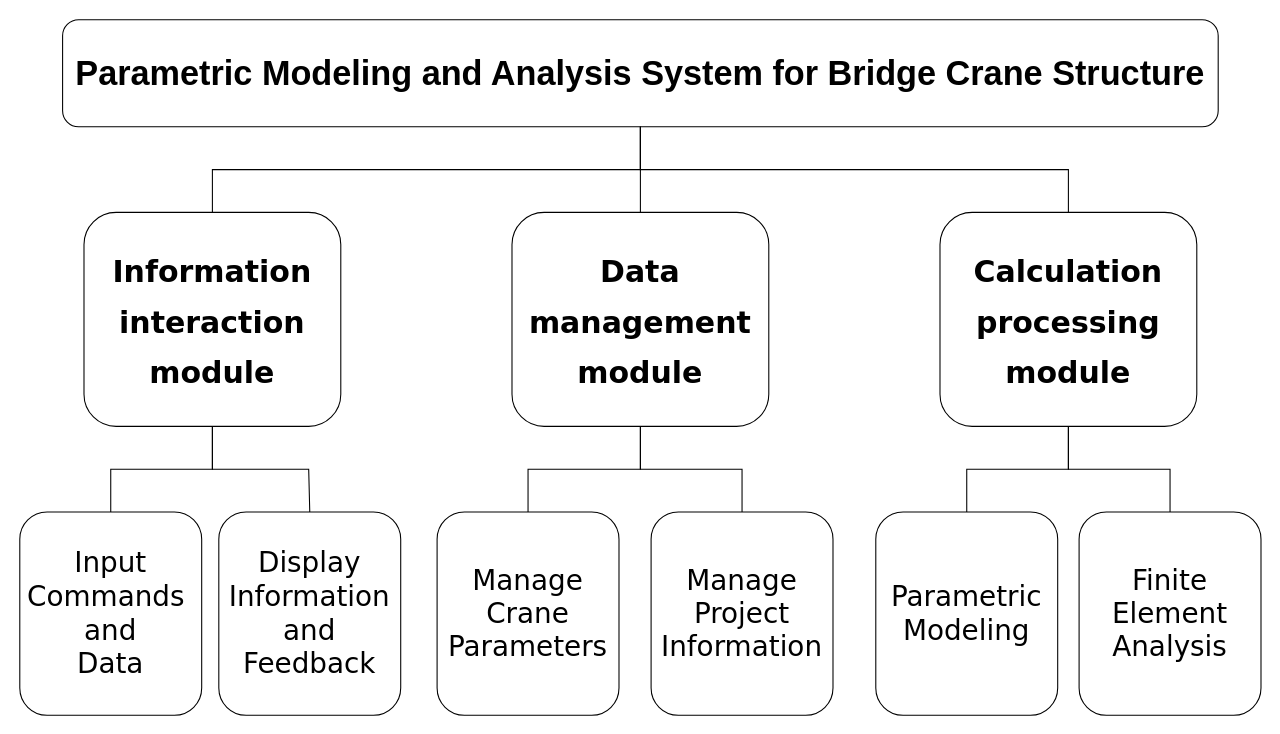
Before: page "第 1 页" (1 of 3) of Graduation Design.drawio in Destiny-LB/draw.io, a draw.io diagram. Source tidied: cells renumbered, new cells numbered last; positions are measured from the earlier drawing's top-left corner, leaving out a move shared by most shapes. Both pictures are drawn from the tidied source at 107%, with x=0, y=0 at pixel (19, 19).
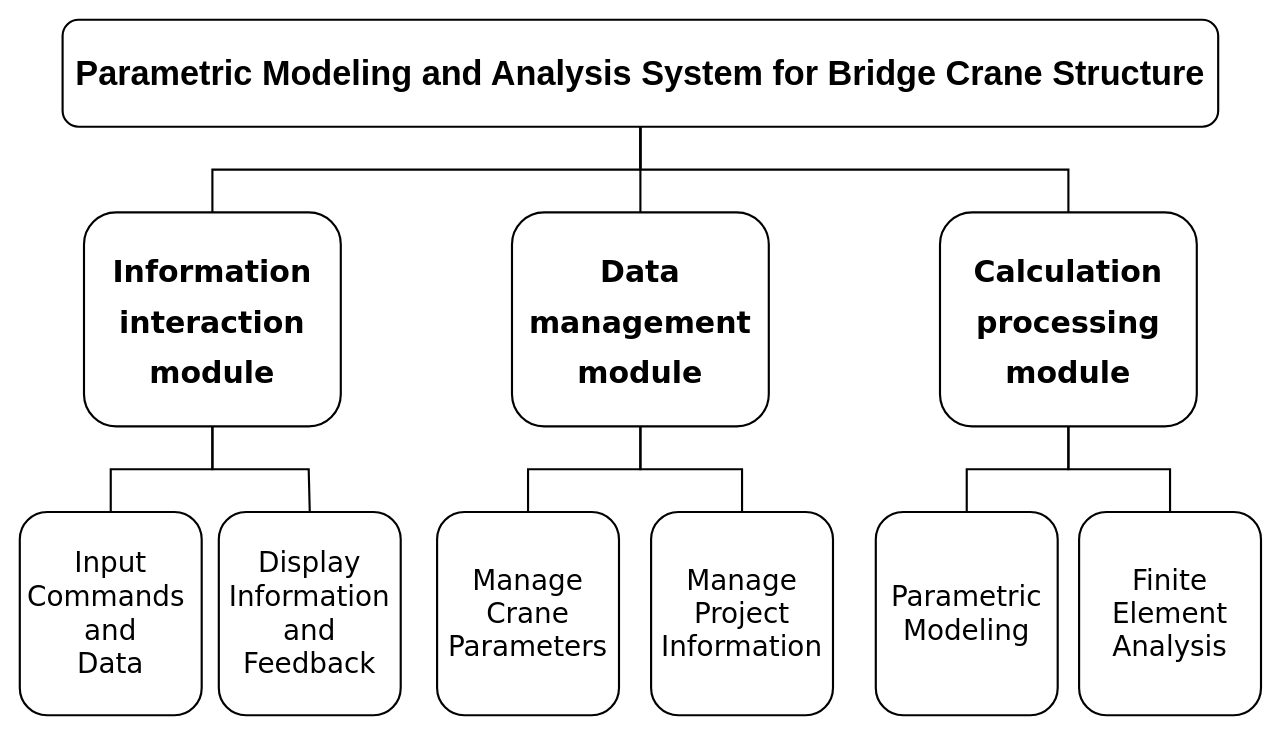
The same diagram, later.

Diff of the diagram source:
```diff
@@
-    <mxCell id="2" value="&lt;h1&gt;&lt;font style=&quot;font-size: 32px;&quot;&gt;Parametric Modeling and Analysis System for Bridge Crane Structure&lt;/font&gt;&lt;/h1&gt;" style="rounded=1;whiteSpace=wrap;html=1;labelBackgroundColor=none;" parent="1" vertex="1">
+    <mxCell id="2" value="&lt;h1&gt;&lt;font style=&quot;font-size: 32px;&quot;&gt;Parametric Modeling and Analysis System for Bridge Crane Structure&lt;/font&gt;&lt;/h1&gt;" style="rounded=1;whiteSpace=wrap;html=1;labelBackgroundColor=none;strokeWidth=2;" parent="1" vertex="1">
       <mxGeometry x="40" width="1080" height="100" as="geometry" />
     </mxCell>
-    <mxCell id="3" value="&lt;h2&gt;&lt;font style=&quot;font-size: 28px;&quot;&gt;Information interaction module&lt;/font&gt;&lt;/h2&gt;" style="rounded=1;whiteSpace=wrap;html=1;fontFamily=Verdana;fontSize=26;labelBackgroundColor=none;" parent="1" vertex="1">
+    <mxCell id="3" value="&lt;h2&gt;&lt;font style=&quot;font-size: 28px;&quot;&gt;Information interaction module&lt;/font&gt;&lt;/h2&gt;" style="rounded=1;whiteSpace=wrap;html=1;fontFamily=Verdana;fontSize=26;labelBackgroundColor=none;strokeWidth=2;" parent="1" vertex="1">
       <mxGeometry x="60" y="180" width="240" height="200" as="geometry" />
     </mxCell>
-    <mxCell id="4" value="&lt;h2&gt;&lt;font style=&quot;font-size: 28px;&quot;&gt;Data management module&lt;/font&gt;&lt;/h2&gt;" style="rounded=1;whiteSpace=wrap;html=1;fontFamily=Verdana;fontSize=26;labelBackgroundColor=none;" parent="1" vertex="1">
+    <mxCell id="4" value="&lt;h2&gt;&lt;font style=&quot;font-size: 28px;&quot;&gt;Data management module&lt;/font&gt;&lt;/h2&gt;" style="rounded=1;whiteSpace=wrap;html=1;fontFamily=Verdana;fontSize=26;labelBackgroundColor=none;strokeWidth=2;" parent="1" vertex="1">
       <mxGeometry x="460" y="180" width="240" height="200" as="geometry" />
     </mxCell>
-    <mxCell id="5" value="&lt;h2&gt;&lt;font style=&quot;font-size: 28px;&quot;&gt;Calculation processing module&lt;/font&gt;&lt;/h2&gt;" style="rounded=1;whiteSpace=wrap;html=1;fontFamily=Verdana;fontSize=26;labelBackgroundColor=none;" parent="1" vertex="1">
+    <mxCell id="5" value="&lt;h2&gt;&lt;font style=&quot;font-size: 28px;&quot;&gt;Calculation processing module&lt;/font&gt;&lt;/h2&gt;" style="rounded=1;whiteSpace=wrap;html=1;fontFamily=Verdana;fontSize=26;labelBackgroundColor=none;strokeWidth=2;" parent="1" vertex="1">
       <mxGeometry x="860" y="180" width="240" height="200" as="geometry" />
     </mxCell>
-    <mxCell id="6" value="&lt;p&gt;&lt;font style=&quot;font-size: 26px;&quot;&gt;Input Commands&amp;nbsp; &amp;nbsp; &amp;nbsp;and&amp;nbsp; &amp;nbsp; Data&lt;/font&gt;&lt;/p&gt;" style="rounded=1;whiteSpace=wrap;html=1;fontFamily=Verdana;fontSize=26;labelBackgroundColor=none;" parent="1" vertex="1">
+    <mxCell id="6" value="&lt;p&gt;&lt;font style=&quot;font-size: 26px;&quot;&gt;Input Commands&amp;nbsp; &amp;nbsp; &amp;nbsp;and&amp;nbsp; &amp;nbsp; Data&lt;/font&gt;&lt;/p&gt;" style="rounded=1;whiteSpace=wrap;html=1;fontFamily=Verdana;fontSize=26;labelBackgroundColor=none;strokeWidth=2;" parent="1" vertex="1">
       <mxGeometry y="460" width="170" height="190" as="geometry" />
     </mxCell>
-    <mxCell id="7" value="&lt;p&gt;&lt;font style=&quot;font-size: 26px;&quot;&gt;Display Information and Feedback&lt;/font&gt;&lt;/p&gt;" style="rounded=1;whiteSpace=wrap;html=1;fontFamily=Verdana;fontSize=26;labelBackgroundColor=none;" parent="1" vertex="1">
+    <mxCell id="7" value="&lt;p&gt;&lt;font style=&quot;font-size: 26px;&quot;&gt;Display Information and Feedback&lt;/font&gt;&lt;/p&gt;" style="rounded=1;whiteSpace=wrap;html=1;fontFamily=Verdana;fontSize=26;labelBackgroundColor=none;strokeWidth=2;" parent="1" vertex="1">
       <mxGeometry x="186" y="460" width="170" height="190" as="geometry" />
     </mxCell>
-    <mxCell id="8" value="&lt;p&gt;&lt;font style=&quot;font-size: 26px;&quot;&gt;Manage Project Information&lt;/font&gt;&lt;/p&gt;" style="rounded=1;whiteSpace=wrap;html=1;fontFamily=Verdana;fontSize=26;labelBackgroundColor=none;" parent="1" vertex="1">
+    <mxCell id="8" value="&lt;p&gt;&lt;font style=&quot;font-size: 26px;&quot;&gt;Manage Project Information&lt;/font&gt;&lt;/p&gt;" style="rounded=1;whiteSpace=wrap;html=1;fontFamily=Verdana;fontSize=26;labelBackgroundColor=none;strokeWidth=2;" parent="1" vertex="1">
       <mxGeometry x="590" y="460" width="170" height="190" as="geometry" />
     </mxCell>
-    <mxCell id="9" value="&lt;p&gt;Manage Crane Parameters&lt;br&gt;&lt;/p&gt;" style="rounded=1;whiteSpace=wrap;html=1;fontFamily=Verdana;fontSize=26;labelBackgroundColor=none;" parent="1" vertex="1">
+    <mxCell id="9" value="&lt;p&gt;Manage Crane Parameters&lt;br&gt;&lt;/p&gt;" style="rounded=1;whiteSpace=wrap;html=1;fontFamily=Verdana;fontSize=26;labelBackgroundColor=none;strokeWidth=2;" parent="1" vertex="1">
       <mxGeometry x="390" y="460" width="170" height="190" as="geometry" />
     </mxCell>
-    <mxCell id="10" value="&lt;p&gt;Parametric Modeling&lt;br&gt;&lt;/p&gt;" style="rounded=1;whiteSpace=wrap;html=1;fontFamily=Verdana;fontSize=26;labelBackgroundColor=none;" parent="1" vertex="1">
+    <mxCell id="10" value="&lt;p&gt;Parametric Modeling&lt;br&gt;&lt;/p&gt;" style="rounded=1;whiteSpace=wrap;html=1;fontFamily=Verdana;fontSize=26;labelBackgroundColor=none;strokeWidth=2;" parent="1" vertex="1">
       <mxGeometry x="800" y="460" width="170" height="190" as="geometry" />
     </mxCell>
-    <mxCell id="11" value="&lt;p&gt;Finite Element Analysis&lt;br&gt;&lt;/p&gt;" style="rounded=1;whiteSpace=wrap;html=1;fontFamily=Verdana;fontSize=26;labelBackgroundColor=none;" parent="1" vertex="1">
+    <mxCell id="11" value="&lt;p&gt;Finite Element Analysis&lt;br&gt;&lt;/p&gt;" style="rounded=1;whiteSpace=wrap;html=1;fontFamily=Verdana;fontSize=26;labelBackgroundColor=none;strokeWidth=2;" parent="1" vertex="1">
       <mxGeometry x="990" y="460" width="170" height="190" as="geometry" />
     </mxCell>
-    <mxCell id="12" style="endArrow=none;html=1;rounded=0;fontFamily=Helvetica;fontSize=28;entryX=0.5;entryY=1;entryDx=0;entryDy=0;exitX=0.5;exitY=0;exitDx=0;exitDy=0;labelBackgroundColor=none;fontColor=default;" parent="1" edge="1" source="7" target="3">
+    <mxCell id="12" style="endArrow=none;html=1;rounded=0;fontFamily=Helvetica;fontSize=28;entryX=0.5;entryY=1;entryDx=0;entryDy=0;exitX=0.5;exitY=0;exitDx=0;exitDy=0;labelBackgroundColor=none;fontColor=default;strokeWidth=2;" parent="1" edge="1" source="7" target="3">
       <mxGeometry relative="1" as="geometry">
         <Array as="points">
           <mxPoint x="270" y="420" />
           <mxPoint x="180" y="420" />
         </Array>
       </mxGeometry>
     </mxCell>
-    <mxCell id="13" style="endArrow=none;html=1;rounded=0;fontFamily=Helvetica;fontSize=28;entryX=0.5;entryY=1;entryDx=0;entryDy=0;labelBackgroundColor=none;fontColor=default;" parent="1" edge="1" source="4" target="2">
+    <mxCell id="13" style="endArrow=none;html=1;rounded=0;fontFamily=Helvetica;fontSize=28;entryX=0.5;entryY=1;entryDx=0;entryDy=0;labelBackgroundColor=none;fontColor=default;strokeWidth=2;" parent="1" edge="1" source="4" target="2">
       <mxGeometry relative="1" as="geometry" />
     </mxCell>
-    <mxCell id="14" style="endArrow=none;html=1;rounded=0;fontFamily=Helvetica;fontSize=28;entryX=0.5;entryY=1;entryDx=0;entryDy=0;exitX=0.5;exitY=0;exitDx=0;exitDy=0;labelBackgroundColor=none;fontColor=default;" parent="1" edge="1" source="5" target="2">
+    <mxCell id="14" style="endArrow=none;html=1;rounded=0;fontFamily=Helvetica;fontSize=28;entryX=0.5;entryY=1;entryDx=0;entryDy=0;exitX=0.5;exitY=0;exitDx=0;exitDy=0;labelBackgroundColor=none;fontColor=default;strokeWidth=2;" parent="1" edge="1" source="5" target="2">
       <mxGeometry relative="1" as="geometry">
         <Array as="points">
           <mxPoint x="980" y="140" />
           <mxPoint x="580" y="140" />
         </Array>
       </mxGeometry>
     </mxCell>
-    <mxCell id="15" style="endArrow=none;html=1;rounded=0;fontFamily=Helvetica;fontSize=28;entryX=0.5;entryY=1;entryDx=0;entryDy=0;exitX=0.5;exitY=0;exitDx=0;exitDy=0;labelBackgroundColor=none;fontColor=default;" parent="1" edge="1" source="3" target="2">
+    <mxCell id="15" style="endArrow=none;html=1;rounded=0;fontFamily=Helvetica;fontSize=28;entryX=0.5;entryY=1;entryDx=0;entryDy=0;exitX=0.5;exitY=0;exitDx=0;exitDy=0;labelBackgroundColor=none;fontColor=default;strokeWidth=2;" parent="1" edge="1" source="3" target="2">
       <mxGeometry relative="1" as="geometry">
         <Array as="points">
           <mxPoint x="180" y="140" />
           <mxPoint x="580" y="140" />
         </Array>
       </mxGeometry>
     </mxCell>
-    <mxCell id="16" style="endArrow=none;html=1;rounded=0;fontFamily=Helvetica;fontSize=28;entryX=0.5;entryY=1;entryDx=0;entryDy=0;exitX=0.5;exitY=0;exitDx=0;exitDy=0;labelBackgroundColor=none;fontColor=default;" parent="1" edge="1" source="9" target="4">
+    <mxCell id="16" style="endArrow=none;html=1;rounded=0;fontFamily=Helvetica;fontSize=28;entryX=0.5;entryY=1;entryDx=0;entryDy=0;exitX=0.5;exitY=0;exitDx=0;exitDy=0;labelBackgroundColor=none;fontColor=default;strokeWidth=2;" parent="1" edge="1" source="9" target="4">
       <mxGeometry relative="1" as="geometry">
         <Array as="points">
           <mxPoint x="475" y="420" />
           <mxPoint x="580" y="420" />
         </Array>
       </mxGeometry>
     </mxCell>
-    <mxCell id="17" style="endArrow=none;html=1;rounded=0;fontFamily=Helvetica;fontSize=28;entryX=0.5;entryY=1;entryDx=0;entryDy=0;exitX=0.5;exitY=0;exitDx=0;exitDy=0;labelBackgroundColor=none;fontColor=default;" parent="1" edge="1" source="8" target="4">
+    <mxCell id="17" style="endArrow=none;html=1;rounded=0;fontFamily=Helvetica;fontSize=28;entryX=0.5;entryY=1;entryDx=0;entryDy=0;exitX=0.5;exitY=0;exitDx=0;exitDy=0;labelBackgroundColor=none;fontColor=default;strokeWidth=2;" parent="1" edge="1" source="8" target="4">
       <mxGeometry relative="1" as="geometry">
         <Array as="points">
           <mxPoint x="675" y="420" />
           <mxPoint x="580" y="420" />
         </Array>
       </mxGeometry>
     </mxCell>
-    <mxCell id="18" style="endArrow=none;html=1;rounded=0;fontFamily=Helvetica;fontSize=28;entryX=0.5;entryY=1;entryDx=0;entryDy=0;exitX=0.5;exitY=0;exitDx=0;exitDy=0;labelBackgroundColor=none;fontColor=default;" parent="1" edge="1" source="10" target="5">
+    <mxCell id="18" style="endArrow=none;html=1;rounded=0;fontFamily=Helvetica;fontSize=28;entryX=0.5;entryY=1;entryDx=0;entryDy=0;exitX=0.5;exitY=0;exitDx=0;exitDy=0;labelBackgroundColor=none;fontColor=default;strokeWidth=2;" parent="1" edge="1" source="10" target="5">
       <mxGeometry relative="1" as="geometry">
         <Array as="points">
           <mxPoint x="885" y="420" />
           <mxPoint x="980" y="420" />
         </Array>
       </mxGeometry>
     </mxCell>
-    <mxCell id="19" style="endArrow=none;html=1;rounded=0;fontFamily=Helvetica;fontSize=28;entryX=0.5;entryY=1;entryDx=0;entryDy=0;exitX=0.5;exitY=0;exitDx=0;exitDy=0;labelBackgroundColor=none;fontColor=default;" parent="1" edge="1" source="11" target="5">
+    <mxCell id="19" style="endArrow=none;html=1;rounded=0;fontFamily=Helvetica;fontSize=28;entryX=0.5;entryY=1;entryDx=0;entryDy=0;exitX=0.5;exitY=0;exitDx=0;exitDy=0;labelBackgroundColor=none;fontColor=default;strokeWidth=2;" parent="1" edge="1" source="11" target="5">
       <mxGeometry relative="1" as="geometry">
         <Array as="points">
           <mxPoint x="1075" y="420" />
           <mxPoint x="980" y="420" />
         </Array>
       </mxGeometry>
     </mxCell>
-    <mxCell id="20" style="endArrow=none;html=1;rounded=0;fontFamily=Helvetica;fontSize=28;entryX=0.5;entryY=1;entryDx=0;entryDy=0;exitX=0.5;exitY=0;exitDx=0;exitDy=0;labelBackgroundColor=none;fontColor=default;" parent="1" edge="1" source="6" target="3">
+    <mxCell id="20" style="endArrow=none;html=1;rounded=0;fontFamily=Helvetica;fontSize=28;entryX=0.5;entryY=1;entryDx=0;entryDy=0;exitX=0.5;exitY=0;exitDx=0;exitDy=0;labelBackgroundColor=none;fontColor=default;strokeWidth=2;" parent="1" edge="1" source="6" target="3">
       <mxGeometry relative="1" as="geometry">
         <Array as="points">
           <mxPoint x="85" y="420" />
           <mxPoint x="180" y="420" />
         </Array>
       </mxGeometry>
     </mxCell>
```
